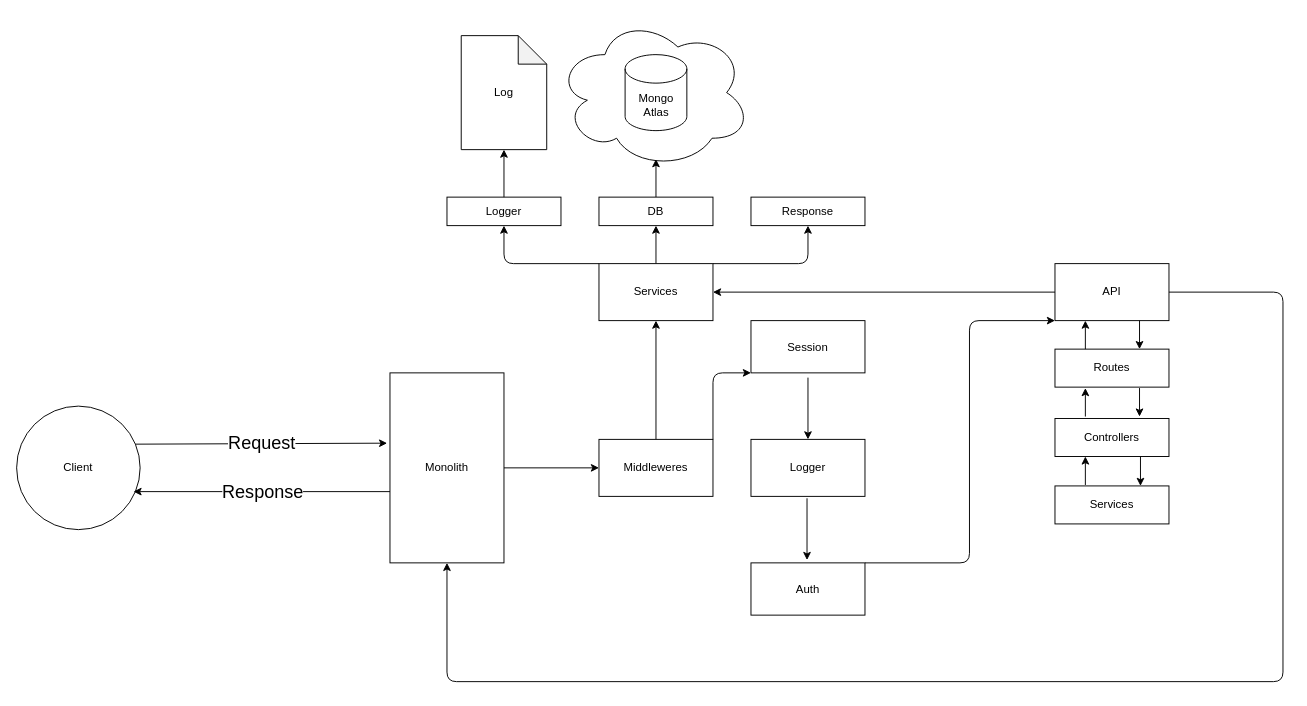
The draw.io diagram architecture.drawio in gDenisLit/item-server-python, before the edit. Source tidied: cells renumbered, new cells numbered last; positions are measured from the earlier drawing's top-left corner, leaving out a move shared by most shapes. Both pictures are drawn from the tidied source at 95%, with x=0, y=0 at pixel (16, 16).
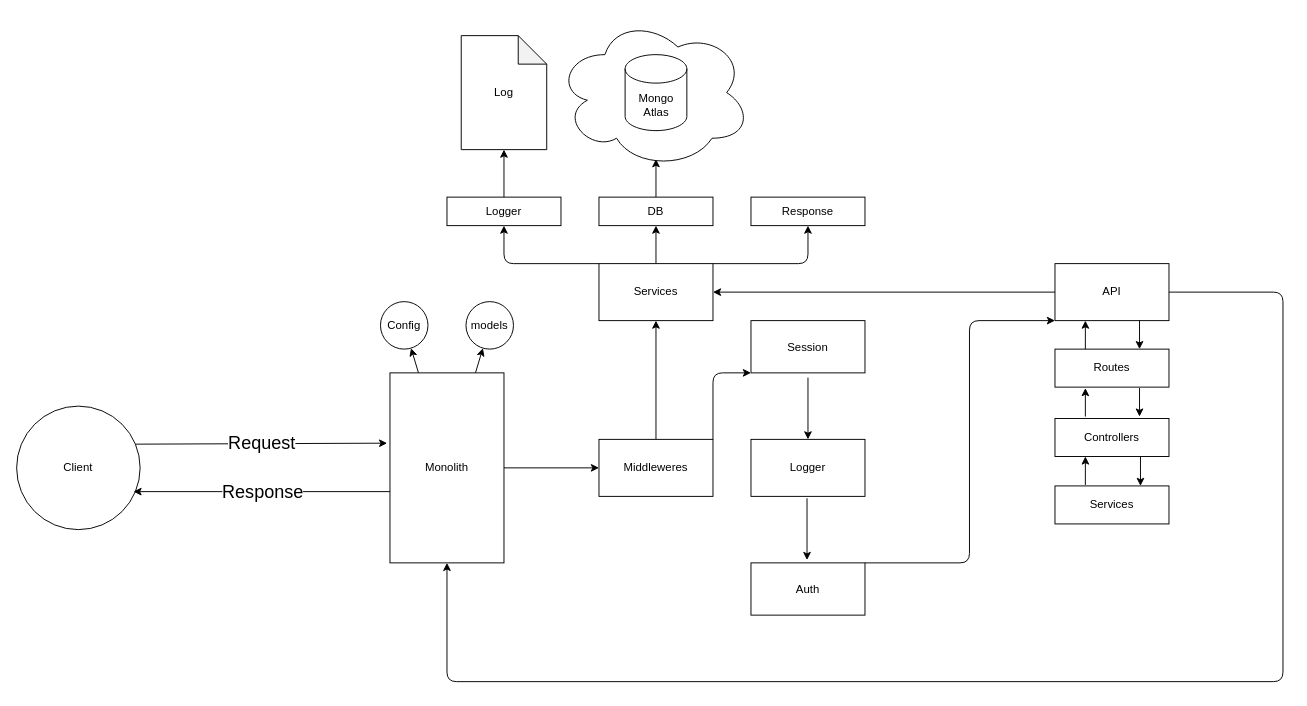
The same diagram, later.

The change refers to these unchanged cells:
```xml
<mxCell id="5" value="Monolith" style="whiteSpace=wrap;html=1;" parent="1" vertex="1">
  <mxGeometry x="393" y="375" width="120" height="200" as="geometry" />
</mxCell>
```

Diff of the diagram source:
```diff
@@
+    <mxCell id="43" style="edgeStyle=none;html=1;" parent="1" edge="1" source="5" target="45">
+      <mxGeometry relative="1" as="geometry" />
+    </mxCell>
+    <mxCell id="44" style="edgeStyle=none;html=1;" parent="1" edge="1" source="5" target="46">
+      <mxGeometry relative="1" as="geometry" />
+    </mxCell>
@@
+    <mxCell id="45" value="Config" style="ellipse;whiteSpace=wrap;html=1;" parent="1" vertex="1">
+      <mxGeometry x="383" y="300" width="50" height="50" as="geometry" />
+    </mxCell>
+    <mxCell id="46" value="models" style="ellipse;whiteSpace=wrap;html=1;" parent="1" vertex="1">
+      <mxGeometry x="473" y="300" width="50" height="50" as="geometry" />
+    </mxCell>
```
